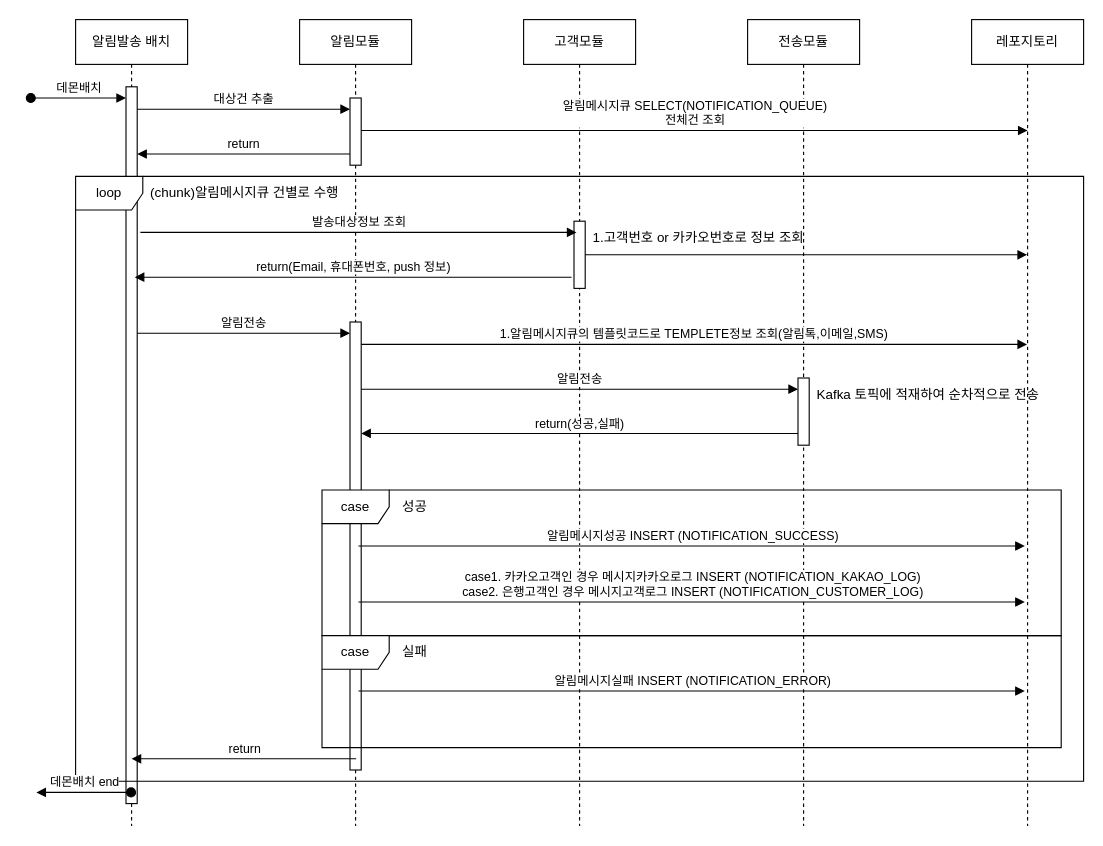
Above: src/main/resources/files/시퀀스다이어그램/알림발송배치.drawio in NohKeun/kakao (draw.io), before the change. Source tidied: cells renumbered, new cells numbered last; positions are measured from the earlier drawing's top-left corner, leaving out a move shared by most shapes. Both pictures are drawn from the tidied source at 112%, with x=0, y=0 at pixel (30, 19).
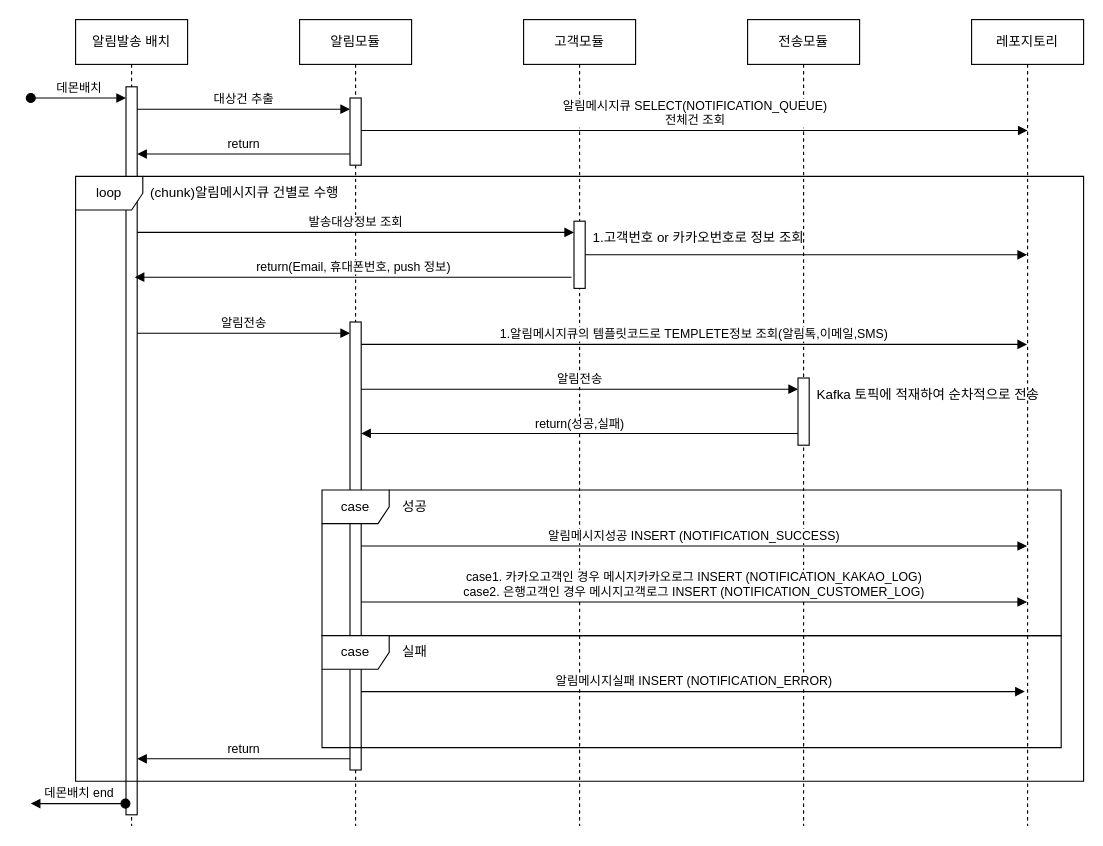
After the change.

Commit message:
알림발송배치.drawio 업데이트

The change refers to these unchanged cells:
```xml
<mxCell id="2" value="알림발송 배치" style="shape=umlLifeline;perimeter=lifelinePerimeter;whiteSpace=wrap;html=1;newEdgeStyle={&quot;edgeStyle&quot;:&quot;elbowEdgeStyle&quot;,&quot;elbow&quot;:&quot;vertical&quot;,&quot;curved&quot;:0,&quot;rounded&quot;:0};" parent="1" vertex="1">
  <mxGeometry x="40" width="100" height="720" as="geometry" />
</mxCell>
<mxCell id="7" style="html=1;points=[];perimeter=orthogonalPerimeter;outlineConnect=0;targetShapes=umlLifeline;portConstraint=eastwest;newEdgeStyle={&quot;edgeStyle&quot;:&quot;elbowEdgeStyle&quot;,&quot;elbow&quot;:&quot;vertical&quot;,&quot;curved&quot;:0,&quot;rounded&quot;:0};" parent="5" vertex="1">
  <mxGeometry x="45" y="270" width="10" height="400" as="geometry" />
</mxCell>
<mxCell id="11" style="html=1;points=[];perimeter=orthogonalPerimeter;outlineConnect=0;targetShapes=umlLifeline;portConstraint=eastwest;newEdgeStyle={&quot;edgeStyle&quot;:&quot;elbowEdgeStyle&quot;,&quot;elbow&quot;:&quot;vertical&quot;,&quot;curved&quot;:0,&quot;rounded&quot;:0};" parent="10" vertex="1">
  <mxGeometry x="45" y="180" width="10" height="60" as="geometry" />
</mxCell>
<mxCell id="13" value="레포지토리" style="shape=umlLifeline;perimeter=lifelinePerimeter;whiteSpace=wrap;html=1;outlineConnect=0;portConstraint=eastwest;newEdgeStyle={&quot;edgeStyle&quot;:&quot;elbowEdgeStyle&quot;,&quot;elbow&quot;:&quot;vertical&quot;,&quot;curved&quot;:0,&quot;rounded&quot;:0};" parent="1" vertex="1">
  <mxGeometry x="840" width="100" height="720" as="geometry" />
</mxCell>
```

Diff of the diagram source:
```diff
@@
     <mxCell id="3" style="html=1;points=[];perimeter=orthogonalPerimeter;outlineConnect=0;targetShapes=umlLifeline;portConstraint=eastwest;newEdgeStyle={&quot;edgeStyle&quot;:&quot;elbowEdgeStyle&quot;,&quot;elbow&quot;:&quot;vertical&quot;,&quot;curved&quot;:0,&quot;rounded&quot;:0};" parent="2" vertex="1">
-      <mxGeometry x="45" y="60" width="10" height="640" as="geometry" />
+      <mxGeometry x="45" y="60" width="10" height="650" as="geometry" />
     </mxCell>
@@
-    <mxCell id="15" value="발송대상정보 조회" style="html=1;verticalAlign=bottom;endArrow=block;edgeStyle=elbowEdgeStyle;elbow=vertical;curved=0;rounded=0;" parent="1" edge="1">
+    <mxCell id="15" value="발송대상정보 조회" style="html=1;verticalAlign=bottom;endArrow=block;edgeStyle=elbowEdgeStyle;elbow=vertical;curved=0;rounded=0;" parent="1" edge="1" source="3" target="11">
       <mxGeometry relative="1" as="geometry">
-        <mxPoint x="97.8" y="190" as="sourcePoint" />
-        <mxPoint x="487.2" y="190" as="targetPoint" />
         <Array as="points">
           <mxPoint x="222.8" y="190" />
         </Array>
       </mxGeometry>
     </mxCell>
@@
-    <mxCell id="19" value="return" style="html=1;verticalAlign=bottom;endArrow=block;edgeStyle=elbowEdgeStyle;elbow=vertical;curved=0;rounded=0;" parent="1" edge="1">
+    <mxCell id="19" value="return" style="html=1;verticalAlign=bottom;endArrow=block;edgeStyle=elbowEdgeStyle;elbow=vertical;curved=0;rounded=0;" parent="1" edge="1" source="7" target="3">
       <mxGeometry relative="1" as="geometry">
-        <mxPoint x="290.5" y="660" as="sourcePoint" />
-        <mxPoint x="90" y="660" as="targetPoint" />
         <Array as="points">
           <mxPoint x="225.5" y="660" />
         </Array>
       </mxGeometry>
     </mxCell>
@@
     <mxCell id="31" value="데몬배치 end" style="html=1;verticalAlign=bottom;startArrow=oval;endArrow=block;startSize=8;edgeStyle=elbowEdgeStyle;elbow=vertical;curved=0;rounded=0;" parent="1" edge="1">
       <mxGeometry relative="1" as="geometry">
-        <mxPoint x="89.5" y="690" as="sourcePoint" />
-        <mxPoint x="5" y="690" as="targetPoint" />
+        <mxPoint x="84.5" y="700" as="sourcePoint" />
+        <mxPoint y="700" as="targetPoint" />
       </mxGeometry>
     </mxCell>
@@
-    <mxCell id="33" value="알림메시지성공 INSERT (NOTIFICATION_SUCCESS)" style="html=1;verticalAlign=bottom;endArrow=block;edgeStyle=elbowEdgeStyle;elbow=vertical;curved=0;rounded=0;" parent="1" edge="1">
+    <mxCell id="33" value="알림메시지성공 INSERT (NOTIFICATION_SUCCESS)" style="html=1;verticalAlign=bottom;endArrow=block;edgeStyle=elbowEdgeStyle;elbow=vertical;curved=0;rounded=0;" parent="1" edge="1" source="7" target="13">
       <mxGeometry relative="1" as="geometry">
-        <mxPoint x="292.5" y="470" as="sourcePoint" />
-        <mxPoint x="887.5" y="470" as="targetPoint" />
         <Array as="points">
-          <mxPoint x="422.5" y="470" />
+          <mxPoint x="480" y="470" />
         </Array>
       </mxGeometry>
     </mxCell>
-    <mxCell id="34" value="case1. 카카오고객인 경우 메시지카카오로그 INSERT (NOTIFICATION_KAKAO_LOG)&lt;div&gt;case2. 은행고객인 경우 메시지고객로그 INSERT (NOTIFICATION_CUSTOMER_LOG)&lt;/div&gt;" style="html=1;verticalAlign=bottom;endArrow=block;edgeStyle=elbowEdgeStyle;elbow=vertical;curved=0;rounded=0;" parent="1" edge="1">
+    <mxCell id="34" value="case1. 카카오고객인 경우 메시지카카오로그 INSERT (NOTIFICATION_KAKAO_LOG)&lt;div&gt;case2. 은행고객인 경우 메시지고객로그 INSERT (NOTIFICATION_CUSTOMER_LOG)&lt;/div&gt;" style="html=1;verticalAlign=bottom;endArrow=block;edgeStyle=elbowEdgeStyle;elbow=vertical;curved=0;rounded=0;" parent="1" edge="1" source="7" target="13">
       <mxGeometry relative="1" as="geometry">
-        <mxPoint x="292.5" y="520" as="sourcePoint" />
-        <mxPoint x="887.5" y="520" as="targetPoint" />
         <Array as="points">
-          <mxPoint x="422.5" y="520" />
+          <mxPoint x="530" y="520" />
         </Array>
       </mxGeometry>
     </mxCell>
@@
-    <mxCell id="37" value="알림메시지실패 INSERT (NOTIFICATION_ERROR)" style="html=1;verticalAlign=bottom;endArrow=block;edgeStyle=elbowEdgeStyle;elbow=vertical;curved=0;rounded=0;" parent="1" edge="1">
+    <mxCell id="37" value="알림메시지실패 INSERT (NOTIFICATION_ERROR)" style="html=1;verticalAlign=bottom;endArrow=block;edgeStyle=elbowEdgeStyle;elbow=vertical;curved=0;rounded=0;" parent="1" edge="1" source="7">
       <mxGeometry relative="1" as="geometry">
-        <mxPoint x="292.5" y="599.5" as="sourcePoint" />
         <mxPoint x="887.5" y="599.5" as="targetPoint" />
-        <Array as="points">
-          <mxPoint x="422.5" y="599.5" />
-        </Array>
       </mxGeometry>
     </mxCell>
```
